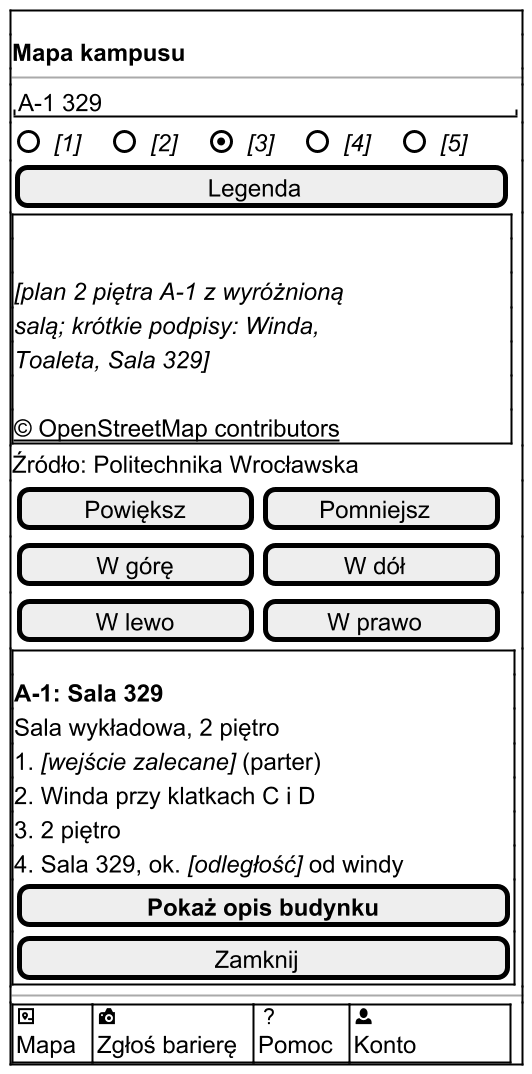
This is docs/docs/_generated/m-v1-mapa-sala.png from dostepny-kampus/dostepny-kampus, a PlantUML export, as it was before one commit.
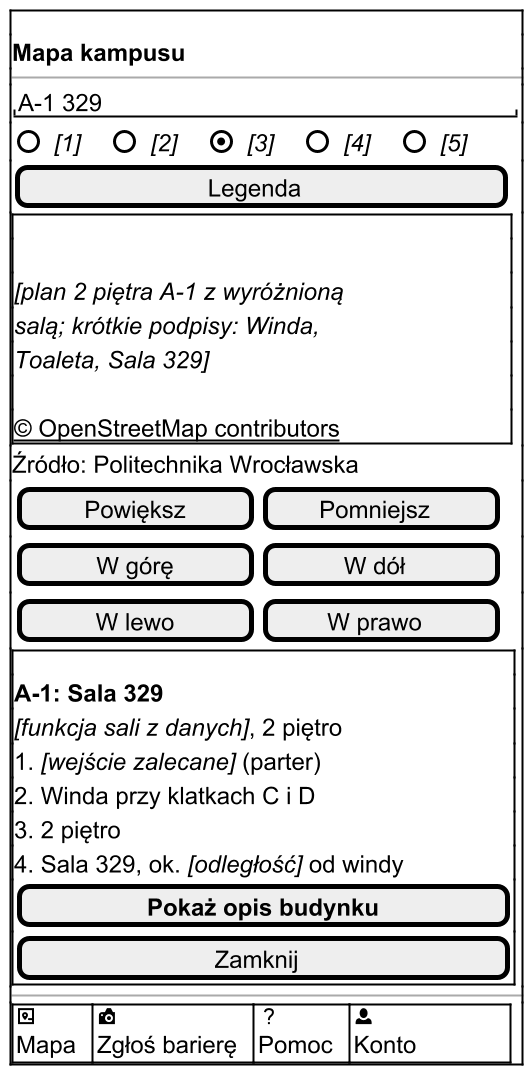
The same diagram one commit later.

Diff of the diagram source:
```diff
@@ -12,7 +12,7 @@
 $przyciski_mapy()
 $ramka()
 <b>A-1: Sala 329</b>
-Sala wykładowa, 2 piętro
+<i>[funkcja sali z danych]</i>, 2 piętro
 1. <i>[wejście zalecane]</i> (parter)
 2. Winda przy klatkach C i D
 3. 2 piętro
```
